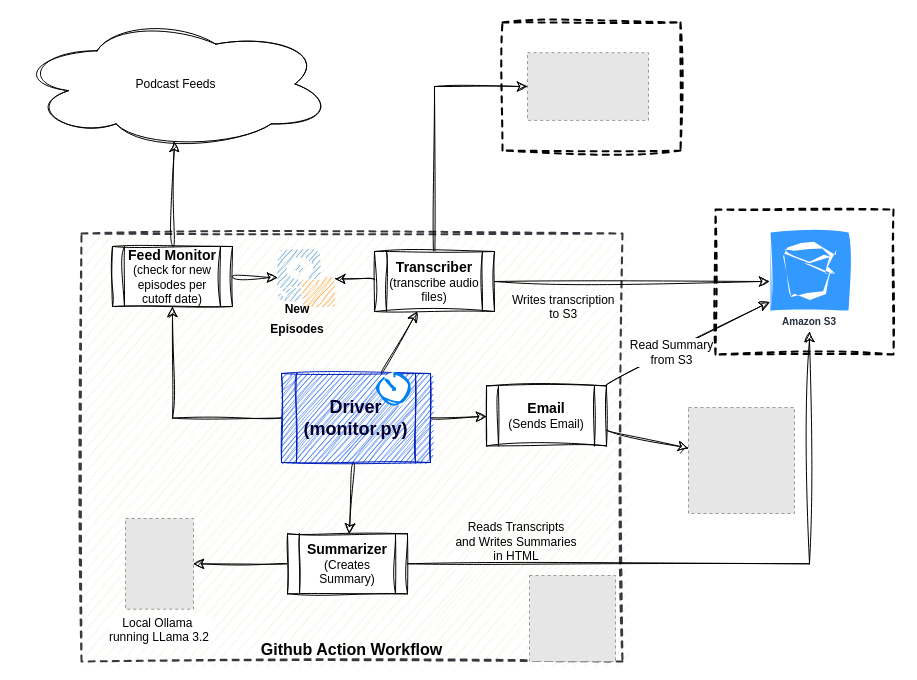
The draw.io diagram Architecture/Architecture.drawio in rahulguha/podcast_monitor, before the edit. Source tidied: cells renumbered, new cells numbered last; positions are measured from the earlier drawing's top-left corner, leaving out a move shared by most shapes. Both pictures are drawn from the tidied source at 100%, with x=0, y=0 at pixel (17, 17). Pictures stored in the file or linked from it are replaced by grey dashed boxes.
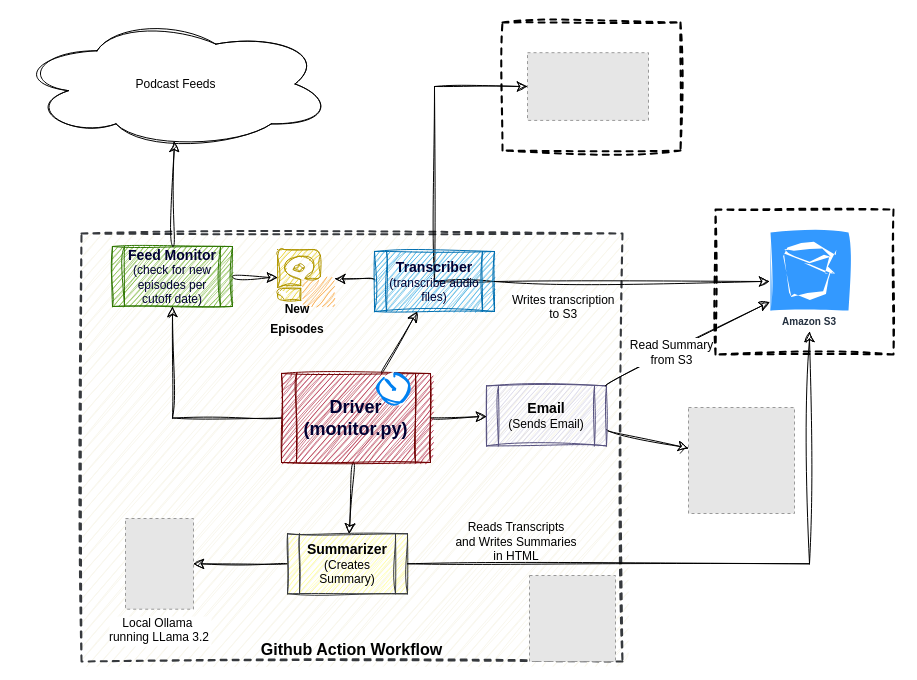
Above is the later version.

What changed in the source:
```diff
@@
-    <mxCell id="5" value="&lt;b&gt;&lt;font style=&quot;font-size: 14px;&quot;&gt;Feed Monitor&lt;/font&gt;&lt;/b&gt;&lt;br&gt;(check for new episodes per cutoff date)" style="shape=process;whiteSpace=wrap;html=1;backgroundOutline=1;sketch=1;curveFitting=1;jiggle=2;rounded=0;" parent="1" vertex="1">
+    <mxCell id="5" value="&lt;b&gt;&lt;font style=&quot;font-size: 14px;&quot;&gt;Feed Monitor&lt;/font&gt;&lt;/b&gt;&lt;br&gt;(check for new episodes per cutoff date)" style="shape=process;whiteSpace=wrap;html=1;backgroundOutline=1;sketch=1;curveFitting=1;jiggle=2;rounded=0;fillColor=#60a917;fontColor=#000033;strokeColor=#2D7600;" parent="1" vertex="1">
       <mxGeometry x="95" y="229" width="120" height="60" as="geometry" />
     </mxCell>
@@
-    <mxCell id="13" value="&lt;span style=&quot;font-size: 14px;&quot;&gt;&lt;b&gt;Transcriber&lt;br&gt;&lt;/b&gt;&lt;/span&gt;(transcribe audio files)" style="shape=process;whiteSpace=wrap;html=1;backgroundOutline=1;sketch=1;curveFitting=1;jiggle=2;rounded=0;" parent="1" vertex="1">
+    <mxCell id="13" value="&lt;span style=&quot;font-size: 14px;&quot;&gt;&lt;b&gt;Transcriber&lt;br&gt;&lt;/b&gt;&lt;/span&gt;(transcribe audio files)" style="shape=process;whiteSpace=wrap;html=1;backgroundOutline=1;sketch=1;curveFitting=1;jiggle=2;rounded=0;fillColor=#1ba1e2;fontColor=#000033;strokeColor=#006EAF;" parent="1" vertex="1">
       <mxGeometry x="357" y="234" width="120" height="60" as="geometry" />
     </mxCell>
-    <mxCell id="14" style="group;sketch=1;curveFitting=1;jiggle=2;rounded=0;" parent="1" vertex="1">
+    <mxCell id="14" style="group;rounded=0;" parent="1" vertex="1">
       <mxGeometry x="250" y="232" width="67.2" height="83" as="geometry" />
     </mxCell>
-    <mxCell id="15" style="shadow=0;dashed=0;html=1;strokeColor=none;fillColor=#4495D1;labelPosition=center;verticalLabelPosition=bottom;verticalAlign=top;align=center;outlineConnect=0;shape=mxgraph.veeam.local_disk;sketch=1;curveFitting=1;jiggle=2;rounded=0;" parent="14" vertex="1">
+    <mxCell id="15" style="shadow=0;dashed=0;html=1;strokeColor=#B09500;fillColor=#e3c800;labelPosition=center;verticalLabelPosition=bottom;verticalAlign=top;align=center;outlineConnect=0;shape=mxgraph.veeam.local_disk;sketch=1;curveFitting=1;jiggle=2;rounded=0;fontColor=#000000;" parent="14" vertex="1">
       <mxGeometry x="10" width="57.2" height="56.8" as="geometry" />
     </mxCell>
-    <mxCell id="16" value="&lt;font style=&quot;font-size: 12px;&quot;&gt;&lt;b&gt;New Episodes&lt;/b&gt;&lt;/font&gt;" style="text;html=1;align=center;verticalAlign=middle;whiteSpace=wrap;rounded=0;fontSize=16;sketch=1;curveFitting=1;jiggle=2;" parent="14" vertex="1">
+    <mxCell id="16" value="&lt;font style=&quot;font-size: 12px;&quot;&gt;&lt;b&gt;New&lt;br&gt;Episodes&lt;/b&gt;&lt;/font&gt;" style="text;html=1;align=center;verticalAlign=middle;whiteSpace=wrap;rounded=0;fontSize=16;sketch=1;curveFitting=1;jiggle=2;" parent="14" vertex="1">
       <mxGeometry y="53" width="60" height="30" as="geometry" />
     </mxCell>
@@
-    <mxCell id="19" value="&lt;span style=&quot;font-size: 14px;&quot;&gt;&lt;b&gt;Summarizer&lt;br&gt;&lt;/b&gt;&lt;/span&gt;(Creates Summary)" style="shape=process;whiteSpace=wrap;html=1;backgroundOutline=1;sketch=1;curveFitting=1;jiggle=2;rounded=0;" parent="1" vertex="1">
+    <mxCell id="19" value="&lt;span style=&quot;font-size: 14px;&quot;&gt;&lt;b&gt;Summarizer&lt;br&gt;&lt;/b&gt;&lt;/span&gt;(Creates Summary)" style="shape=process;whiteSpace=wrap;html=1;backgroundOutline=1;sketch=1;curveFitting=1;jiggle=2;rounded=0;fillColor=#ffff88;strokeColor=#36393d;" parent="1" vertex="1">
       <mxGeometry x="270" y="516.3" width="120" height="60" as="geometry" />
     </mxCell>
@@
-    <mxCell id="23" value="&lt;span style=&quot;font-size: 14px;&quot;&gt;&lt;b&gt;Email&lt;br&gt;&lt;/b&gt;&lt;/span&gt;(Sends Email)" style="shape=process;whiteSpace=wrap;html=1;backgroundOutline=1;sketch=1;curveFitting=1;jiggle=2;rounded=0;" parent="1" vertex="1">
+    <mxCell id="23" value="&lt;span style=&quot;font-size: 14px;&quot;&gt;&lt;b&gt;Email&lt;br&gt;&lt;/b&gt;&lt;/span&gt;(Sends Email)" style="shape=process;whiteSpace=wrap;html=1;backgroundOutline=1;sketch=1;curveFitting=1;jiggle=2;rounded=0;fillColor=#d0cee2;strokeColor=#56517e;" parent="1" vertex="1">
       <mxGeometry x="469" y="368.4" width="120" height="60" as="geometry" />
     </mxCell>
@@
-    <mxCell id="30" value="&lt;b&gt;&lt;font style=&quot;font-size: 18px;&quot;&gt;Driver (monitor.py)&lt;/font&gt;&lt;/b&gt;" style="shape=process;whiteSpace=wrap;html=1;backgroundOutline=1;sketch=1;curveFitting=1;jiggle=2;rounded=0;fillColor=#0050ef;fontColor=#000033;strokeColor=#001DBC;" parent="1" vertex="1">
+    <mxCell id="30" value="&lt;b&gt;&lt;font style=&quot;font-size: 18px;&quot;&gt;Driver (monitor.py)&lt;/font&gt;&lt;/b&gt;" style="shape=process;whiteSpace=wrap;html=1;backgroundOutline=1;sketch=1;curveFitting=1;jiggle=2;rounded=0;fillColor=#a20025;strokeColor=#6F0000;fontColor=#000033;" parent="1" vertex="1">
       <mxGeometry x="264" y="356" width="149" height="89" as="geometry" />
     </mxCell>
```
